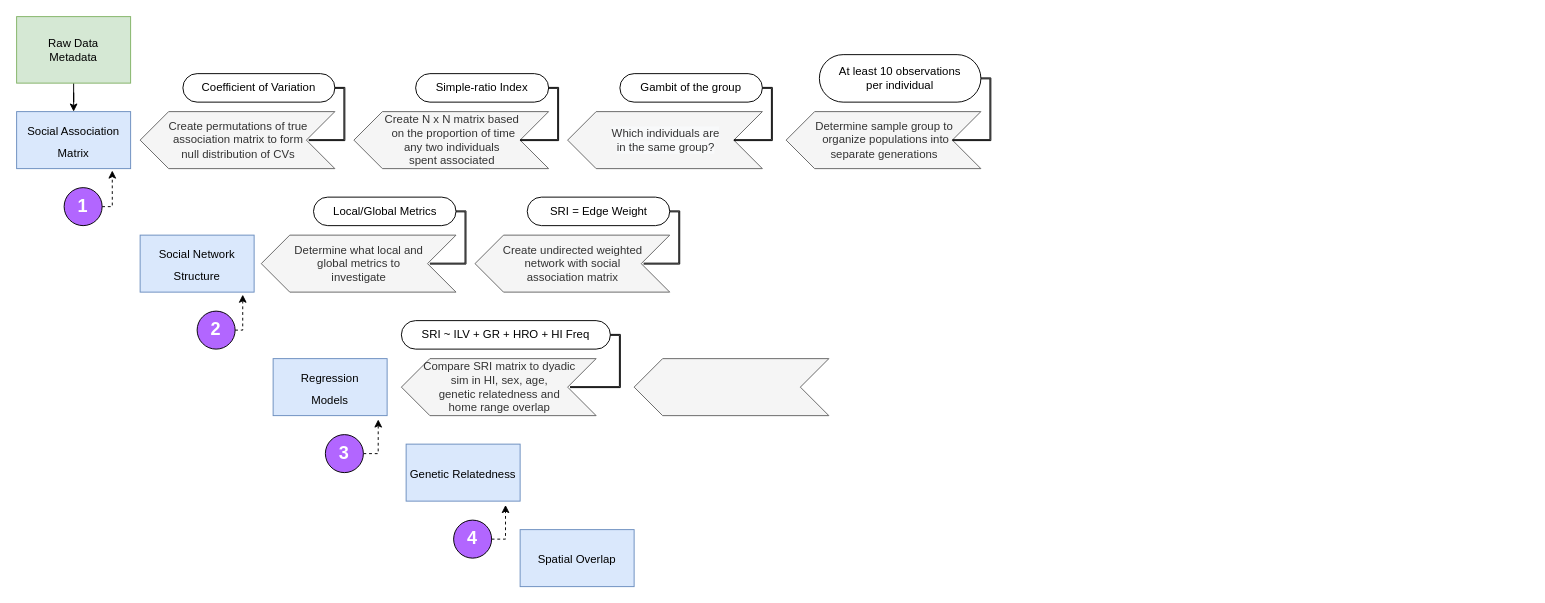
bankheak/Dolphins keeps this draw.io diagram as WorkFlowDiagram/WorkFlowDiagram.drawio. Above is the earlier version. Source tidied: cells renumbered, new cells numbered last; positions are measured from the earlier drawing's top-left corner, leaving out a move shared by most shapes. Both pictures are drawn from the tidied source at 95%, with x=0, y=0 at pixel (16, 16).
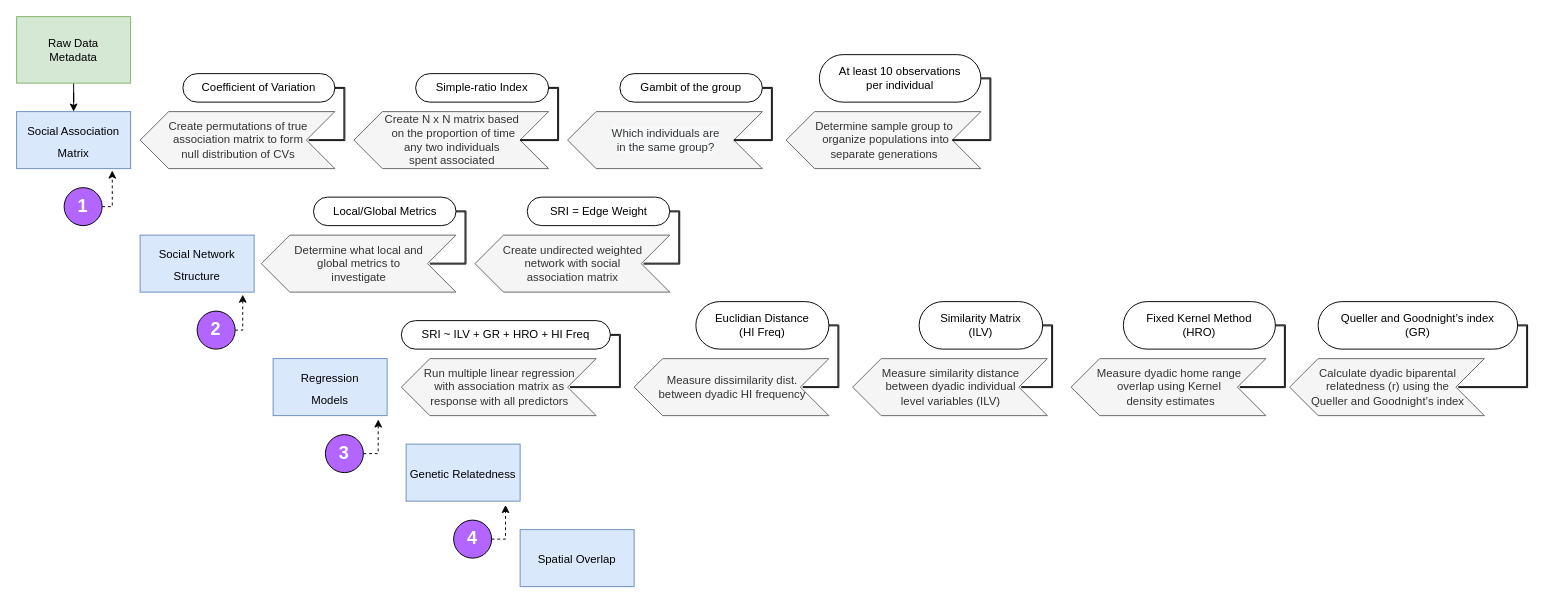
The same diagram, later.

The edit, as a diff of the source:
```diff
@@
-    <mxCell id="29" value="Compare SRI matrix&amp;nbsp;to dyadic &lt;br&gt;sim in HI, sex, age, &lt;br&gt;genetic relatedness and &lt;br&gt;home range overlap" style="html=1;shadow=0;dashed=0;align=center;verticalAlign=middle;shape=mxgraph.arrows2.arrow;dy=0;dx=30;notch=30;rotation=0;direction=west;fillColor=#f5f5f5;fontColor=#333333;strokeColor=#666666;" parent="1" vertex="1">
+    <mxCell id="29" value="Run multiple linear regression&lt;br&gt;with association matrix as&lt;br&gt;response with all predictors" style="html=1;shadow=0;dashed=0;align=center;verticalAlign=middle;shape=mxgraph.arrows2.arrow;dy=0;dx=30;notch=30;rotation=0;direction=west;fillColor=#f5f5f5;fontColor=#333333;strokeColor=#666666;" parent="1" vertex="1">
       <mxGeometry x="405" y="360" width="205" height="60" as="geometry" />
     </mxCell>
-    <mxCell id="30" style="html=1;shadow=0;dashed=0;align=center;verticalAlign=middle;shape=mxgraph.arrows2.arrow;dy=0;dx=30;notch=30;rotation=0;direction=west;fillColor=#f5f5f5;fontColor=#333333;strokeColor=#666666;" parent="1" vertex="1">
+    <mxCell id="30" value="Measure dissimilarity dist.&lt;br&gt;between dyadic HI frequency" style="html=1;shadow=0;dashed=0;align=center;verticalAlign=middle;shape=mxgraph.arrows2.arrow;dy=0;dx=30;notch=30;rotation=0;direction=west;fillColor=#f5f5f5;fontColor=#333333;strokeColor=#666666;" parent="1" vertex="1">
       <mxGeometry x="650" y="360" width="205" height="60" as="geometry" />
     </mxCell>
@@
+    <mxCell id="43" value="Euclidian Distance&lt;br&gt;(HI Freq)" style="whiteSpace=wrap;html=1;rounded=1;arcSize=50;align=center;verticalAlign=middle;strokeWidth=1;spacing=4;newEdgeStyle={&quot;edgeStyle&quot;:&quot;entityRelationEdgeStyle&quot;,&quot;startArrow&quot;:&quot;none&quot;,&quot;endArrow&quot;:&quot;none&quot;,&quot;segment&quot;:10,&quot;curved&quot;:1};" parent="1" vertex="1">
+      <mxGeometry x="715" y="300" width="140" height="50" as="geometry" />
+    </mxCell>
+    <mxCell id="44" style="edgeStyle=entityRelationEdgeStyle;startArrow=none;endArrow=none;segment=10;curved=1;rounded=0;shape=link;width=-1;exitX=0;exitY=0.5;exitDx=30;exitDy=0;exitPerimeter=0;" parent="1" edge="1" target="43">
+      <mxGeometry relative="1" as="geometry">
+        <mxPoint x="827.5" y="390" as="sourcePoint" />
+      </mxGeometry>
+    </mxCell>
+    <mxCell id="45" value="Measure similarity distance&lt;br&gt;between dyadic individual&lt;br&gt;level variables (ILV)" style="html=1;shadow=0;dashed=0;align=center;verticalAlign=middle;shape=mxgraph.arrows2.arrow;dy=0;dx=30;notch=30;rotation=0;direction=west;fillColor=#f5f5f5;fontColor=#333333;strokeColor=#666666;" parent="1" vertex="1">
+      <mxGeometry x="880" y="360" width="205" height="60" as="geometry" />
+    </mxCell>
+    <mxCell id="46" value="Similarity Matrix&lt;br&gt;(ILV)" style="whiteSpace=wrap;html=1;rounded=1;arcSize=50;align=center;verticalAlign=middle;strokeWidth=1;spacing=4;newEdgeStyle={&quot;edgeStyle&quot;:&quot;entityRelationEdgeStyle&quot;,&quot;startArrow&quot;:&quot;none&quot;,&quot;endArrow&quot;:&quot;none&quot;,&quot;segment&quot;:10,&quot;curved&quot;:1};" parent="1" vertex="1">
+      <mxGeometry x="950" y="300" width="130" height="50" as="geometry" />
+    </mxCell>
+    <mxCell id="47" style="edgeStyle=entityRelationEdgeStyle;startArrow=none;endArrow=none;segment=10;curved=1;rounded=0;shape=link;width=-1;exitX=0;exitY=0.5;exitDx=30;exitDy=0;exitPerimeter=0;" parent="1" edge="1" target="46">
+      <mxGeometry relative="1" as="geometry">
+        <mxPoint x="1057.5" y="390" as="sourcePoint" />
+      </mxGeometry>
+    </mxCell>
+    <mxCell id="48" value="Measure dyadic home range &lt;br&gt;overlap using Kernel&lt;br&gt;&amp;nbsp;density estimates" style="html=1;shadow=0;dashed=0;align=center;verticalAlign=middle;shape=mxgraph.arrows2.arrow;dy=0;dx=30;notch=30;rotation=0;direction=west;fillColor=#f5f5f5;fontColor=#333333;strokeColor=#666666;" parent="1" vertex="1">
+      <mxGeometry x="1110" y="360" width="205" height="60" as="geometry" />
+    </mxCell>
+    <mxCell id="49" value="Fixed Kernel Method&lt;br&gt;(HRO)" style="whiteSpace=wrap;html=1;rounded=1;arcSize=50;align=center;verticalAlign=middle;strokeWidth=1;spacing=4;newEdgeStyle={&quot;edgeStyle&quot;:&quot;entityRelationEdgeStyle&quot;,&quot;startArrow&quot;:&quot;none&quot;,&quot;endArrow&quot;:&quot;none&quot;,&quot;segment&quot;:10,&quot;curved&quot;:1};" parent="1" vertex="1">
+      <mxGeometry x="1165" y="300" width="160" height="50" as="geometry" />
+    </mxCell>
+    <mxCell id="50" style="edgeStyle=entityRelationEdgeStyle;startArrow=none;endArrow=none;segment=10;curved=1;rounded=0;shape=link;width=-1;exitX=0;exitY=0.5;exitDx=30;exitDy=0;exitPerimeter=0;" parent="1" edge="1" target="49">
+      <mxGeometry relative="1" as="geometry">
+        <mxPoint x="1287.5" y="390" as="sourcePoint" />
+      </mxGeometry>
+    </mxCell>
+    <mxCell id="51" value="Calculate dyadic biparental &lt;br&gt;relatedness (r) using the&lt;br&gt;Queller and Goodnight’s index" style="html=1;shadow=0;dashed=0;align=center;verticalAlign=middle;shape=mxgraph.arrows2.arrow;dy=0;dx=30;notch=30;rotation=0;direction=west;fillColor=#f5f5f5;fontColor=#333333;strokeColor=#666666;" parent="1" vertex="1">
+      <mxGeometry x="1340" y="360" width="205" height="60" as="geometry" />
+    </mxCell>
+    <mxCell id="52" value="Queller and Goodnight’s index&lt;br&gt;(GR)" style="whiteSpace=wrap;html=1;rounded=1;arcSize=50;align=center;verticalAlign=middle;strokeWidth=1;spacing=4;newEdgeStyle={&quot;edgeStyle&quot;:&quot;entityRelationEdgeStyle&quot;,&quot;startArrow&quot;:&quot;none&quot;,&quot;endArrow&quot;:&quot;none&quot;,&quot;segment&quot;:10,&quot;curved&quot;:1};" parent="1" vertex="1">
+      <mxGeometry x="1370" y="300" width="210" height="50" as="geometry" />
+    </mxCell>
+    <mxCell id="53" style="edgeStyle=entityRelationEdgeStyle;startArrow=none;endArrow=none;segment=10;curved=1;rounded=0;shape=link;width=-1;exitX=0;exitY=0.5;exitDx=30;exitDy=0;exitPerimeter=0;" parent="1" edge="1" target="52">
+      <mxGeometry relative="1" as="geometry">
+        <mxPoint x="1517.5" y="390" as="sourcePoint" />
+      </mxGeometry>
+    </mxCell>
```
